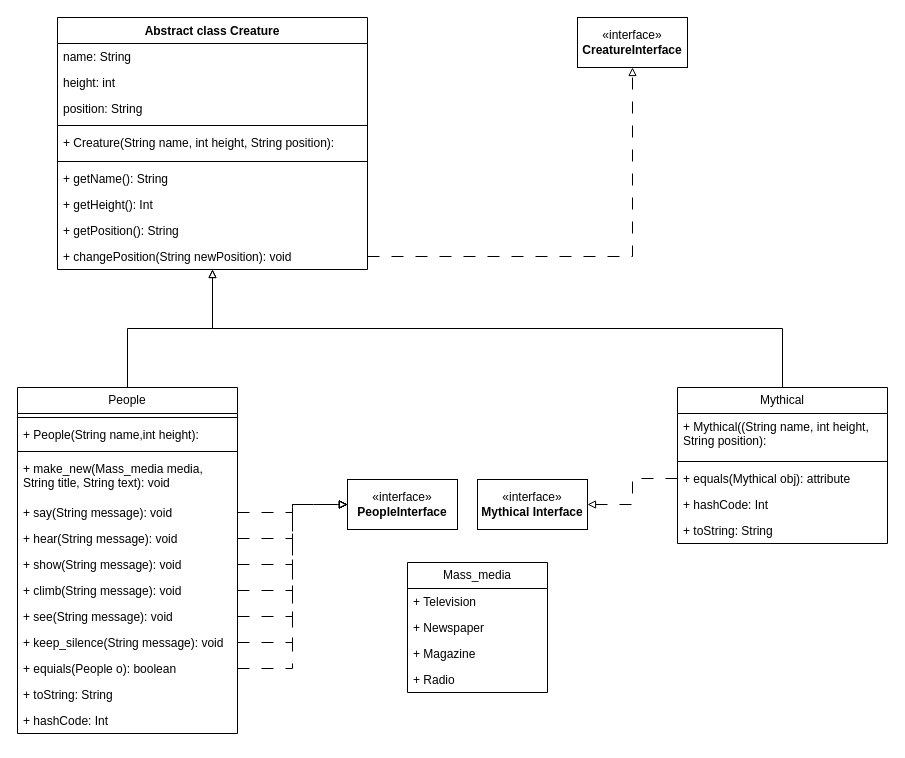
Before: Диаграмма без названия.drawio in hipeoplea/lab_3, a draw.io diagram. Source tidied: cells renumbered, new cells numbered last; positions are measured from the earlier drawing's top-left corner, leaving out a move shared by most shapes. Both pictures are drawn from the tidied source at 100%, with x=0, y=0 at pixel (17, 17).
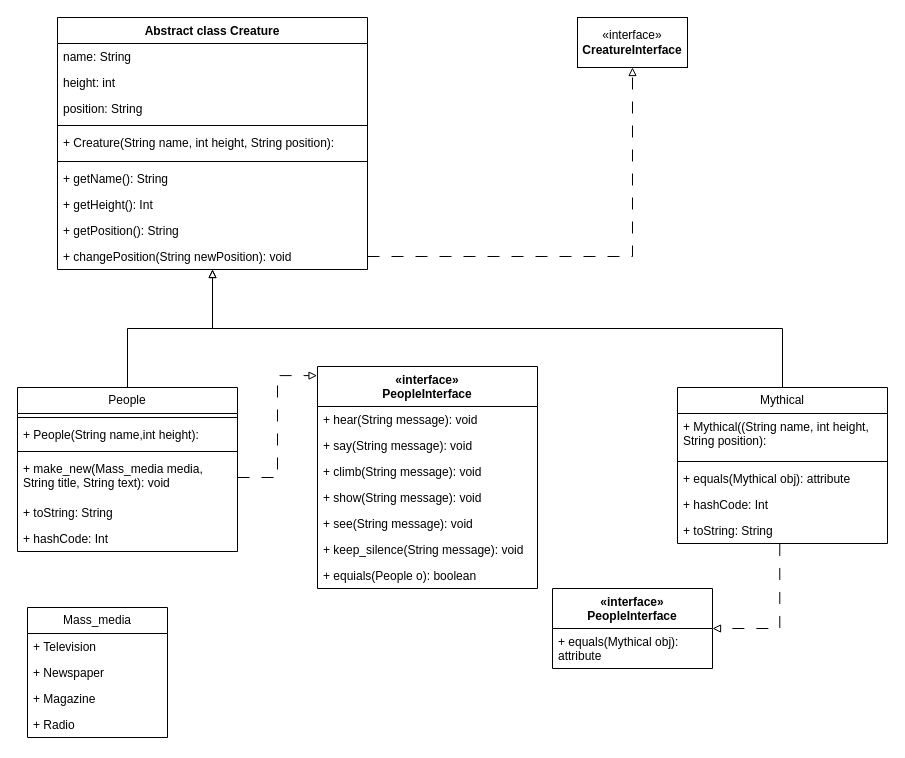
After the change.

Unchanged cells that the change refers to:
```xml
<mxCell id="18" value="+ make_new(Mass_media media, String title, String text): void" style="text;strokeColor=none;fillColor=none;align=left;verticalAlign=top;spacingLeft=4;spacingRight=4;overflow=hidden;points=[[0,0.5],[1,0.5]];portConstraint=eastwest;whiteSpace=wrap;html=1;" parent="14" vertex="1">
  <mxGeometry y="68" width="220" height="44" as="geometry" />
</mxCell>
<mxCell id="32" value="+ equals(Mythical obj): attribute" style="text;strokeColor=none;fillColor=none;align=left;verticalAlign=top;spacingLeft=4;spacingRight=4;overflow=hidden;points=[[0,0.5],[1,0.5]];portConstraint=eastwest;whiteSpace=wrap;html=1;" parent="29" vertex="1">
  <mxGeometry y="78" width="210" height="26" as="geometry" />
</mxCell>
<mxCell id="34" value="+ toString: String" style="text;strokeColor=none;fillColor=none;align=left;verticalAlign=top;spacingLeft=4;spacingRight=4;overflow=hidden;points=[[0,0.5],[1,0.5]];portConstraint=eastwest;whiteSpace=wrap;html=1;" parent="29" vertex="1">
  <mxGeometry y="130" width="210" height="26" as="geometry" />
</mxCell>
```

Change to the diagram source:
```diff
@@
     <mxCell id="14" value="People" style="swimlane;fontStyle=0;horizontal=1;startSize=26;fillColor=none;whiteSpace=wrap;html=1;" parent="1" vertex="1">
-      <mxGeometry y="370" width="220" height="346" as="geometry" />
+      <mxGeometry y="370" width="220" height="164" as="geometry" />
     </mxCell>
@@
-    <mxCell id="19" value="+ say(String message): void" style="text;strokeColor=none;fillColor=none;align=left;verticalAlign=top;spacingLeft=4;spacingRight=4;overflow=hidden;points=[[0,0.5],[1,0.5]];portConstraint=eastwest;whiteSpace=wrap;html=1;" parent="14" vertex="1">
-      <mxGeometry y="112" width="220" height="26" as="geometry" />
-    </mxCell>
-    <mxCell id="20" value="+&amp;nbsp;hear(String message): void" style="text;strokeColor=none;fillColor=none;align=left;verticalAlign=top;spacingLeft=4;spacingRight=4;overflow=hidden;points=[[0,0.5],[1,0.5]];portConstraint=eastwest;whiteSpace=wrap;html=1;" parent="14" vertex="1">
-      <mxGeometry y="138" width="220" height="26" as="geometry" />
-    </mxCell>
-    <mxCell id="21" value="+ show(String message): void" style="text;strokeColor=none;fillColor=none;align=left;verticalAlign=top;spacingLeft=4;spacingRight=4;overflow=hidden;points=[[0,0.5],[1,0.5]];portConstraint=eastwest;whiteSpace=wrap;html=1;" parent="14" vertex="1">
-      <mxGeometry y="164" width="220" height="26" as="geometry" />
-    </mxCell>
-    <mxCell id="22" value="+ climb(String message): void" style="text;strokeColor=none;fillColor=none;align=left;verticalAlign=top;spacingLeft=4;spacingRight=4;overflow=hidden;points=[[0,0.5],[1,0.5]];portConstraint=eastwest;whiteSpace=wrap;html=1;" parent="14" vertex="1">
-      <mxGeometry y="190" width="220" height="26" as="geometry" />
-    </mxCell>
-    <mxCell id="23" value="+ see(String message): void" style="text;strokeColor=none;fillColor=none;align=left;verticalAlign=top;spacingLeft=4;spacingRight=4;overflow=hidden;points=[[0,0.5],[1,0.5]];portConstraint=eastwest;whiteSpace=wrap;html=1;" parent="14" vertex="1">
-      <mxGeometry y="216" width="220" height="26" as="geometry" />
-    </mxCell>
-    <mxCell id="24" value="+ keep_silence(String message): void" style="text;strokeColor=none;fillColor=none;align=left;verticalAlign=top;spacingLeft=4;spacingRight=4;overflow=hidden;points=[[0,0.5],[1,0.5]];portConstraint=eastwest;whiteSpace=wrap;html=1;" parent="14" vertex="1">
-      <mxGeometry y="242" width="220" height="26" as="geometry" />
-    </mxCell>
-    <mxCell id="25" value="+ equials(People o): boolean" style="text;strokeColor=none;fillColor=none;align=left;verticalAlign=top;spacingLeft=4;spacingRight=4;overflow=hidden;points=[[0,0.5],[1,0.5]];portConstraint=eastwest;whiteSpace=wrap;html=1;" parent="14" vertex="1">
-      <mxGeometry y="268" width="220" height="26" as="geometry" />
-    </mxCell>
     <mxCell id="26" value="+ toString: String" style="text;strokeColor=none;fillColor=none;align=left;verticalAlign=top;spacingLeft=4;spacingRight=4;overflow=hidden;whiteSpace=wrap;html=1;" parent="14" vertex="1">
-      <mxGeometry y="294" width="220" height="26" as="geometry" />
+      <mxGeometry y="112" width="220" height="26" as="geometry" />
     </mxCell>
     <mxCell id="27" value="+ hashCode: Int" style="text;strokeColor=none;fillColor=none;align=left;verticalAlign=top;spacingLeft=4;spacingRight=4;overflow=hidden;whiteSpace=wrap;html=1;" parent="14" vertex="1">
-      <mxGeometry y="320" width="220" height="26" as="geometry" />
+      <mxGeometry y="138" width="220" height="26" as="geometry" />
     </mxCell>
@@
-    <mxCell id="37" value="«interface»&lt;br&gt;&lt;b&gt;PeopleInterface&lt;/b&gt;" style="html=1;whiteSpace=wrap;" parent="1" vertex="1">
-      <mxGeometry x="330" y="462" width="110" height="50" as="geometry" />
-    </mxCell>
-    <mxCell id="38" value="«interface»&lt;br&gt;&lt;b&gt;Mythical Interface&lt;/b&gt;" style="html=1;whiteSpace=wrap;" parent="1" vertex="1">
-      <mxGeometry x="460" y="462" width="110" height="50" as="geometry" />
-    </mxCell>
     <mxCell id="39" value="Mass_media" style="swimlane;fontStyle=0;horizontal=1;startSize=26;fillColor=none;whiteSpace=wrap;html=1;" parent="1" vertex="1">
-      <mxGeometry x="390" y="545" width="140" height="130" as="geometry" />
+      <mxGeometry x="10" y="590" width="140" height="130" as="geometry" />
     </mxCell>
@@
-    <mxCell id="44" style="edgeStyle=orthogonalEdgeStyle;rounded=0;jettySize=auto;html=1;entryX=0;entryY=0.5;entryDx=0;entryDy=0;dashed=1;endArrow=block;endFill=0;dashPattern=12 12;" parent="1" edge="1" source="19" target="37">
-      <mxGeometry relative="1" as="geometry" />
-    </mxCell>
-    <mxCell id="45" style="edgeStyle=orthogonalEdgeStyle;rounded=0;jettySize=auto;html=1;exitX=1;exitY=0.5;exitDx=0;exitDy=0;entryX=0;entryY=0.5;entryDx=0;entryDy=0;dashed=1;endArrow=block;endFill=0;dashPattern=12 12;" parent="1" edge="1" source="20" target="37">
-      <mxGeometry relative="1" as="geometry" />
-    </mxCell>
-    <mxCell id="46" style="edgeStyle=orthogonalEdgeStyle;rounded=0;jettySize=auto;html=1;exitX=1;exitY=0.5;exitDx=0;exitDy=0;entryX=0;entryY=0.5;entryDx=0;entryDy=0;dashed=1;endArrow=block;endFill=0;dashPattern=12 12;" parent="1" edge="1" source="21" target="37">
-      <mxGeometry relative="1" as="geometry" />
-    </mxCell>
-    <mxCell id="47" style="edgeStyle=orthogonalEdgeStyle;rounded=0;jettySize=auto;html=1;entryX=0;entryY=0.5;entryDx=0;entryDy=0;dashed=1;endArrow=block;endFill=0;dashPattern=12 12;" parent="1" edge="1" source="22" target="37">
-      <mxGeometry relative="1" as="geometry" />
-    </mxCell>
-    <mxCell id="48" style="edgeStyle=orthogonalEdgeStyle;rounded=0;jettySize=auto;html=1;entryX=0;entryY=0.5;entryDx=0;entryDy=0;dashed=1;endArrow=block;endFill=0;dashPattern=12 12;" parent="1" edge="1" source="23" target="37">
-      <mxGeometry relative="1" as="geometry" />
-    </mxCell>
-    <mxCell id="49" style="edgeStyle=orthogonalEdgeStyle;rounded=0;jettySize=auto;html=1;entryX=0;entryY=0.5;entryDx=0;entryDy=0;dashed=1;endArrow=block;endFill=0;dashPattern=12 12;" parent="1" edge="1" source="24" target="37">
-      <mxGeometry relative="1" as="geometry" />
-    </mxCell>
-    <mxCell id="50" style="edgeStyle=orthogonalEdgeStyle;rounded=0;jettySize=auto;html=1;entryX=0;entryY=0.5;entryDx=0;entryDy=0;dashed=1;endArrow=block;endFill=0;dashPattern=12 12;" parent="1" edge="1" source="25" target="37">
-      <mxGeometry relative="1" as="geometry" />
-    </mxCell>
-    <mxCell id="51" style="edgeStyle=orthogonalEdgeStyle;rounded=0;jettySize=auto;html=1;entryX=1;entryY=0.5;entryDx=0;entryDy=0;dashed=1;dashPattern=12 12;endArrow=block;endFill=0;" parent="1" edge="1" source="32" target="38">
+    <mxCell id="51" style="edgeStyle=orthogonalEdgeStyle;rounded=0;jettySize=auto;html=1;entryX=1;entryY=0.5;entryDx=0;entryDy=0;dashed=1;dashPattern=12 12;endArrow=block;endFill=0;exitX=0.487;exitY=1.017;exitDx=0;exitDy=0;exitPerimeter=0;" parent="1" edge="1" source="34" target="54">
       <mxGeometry relative="1" as="geometry" />
     </mxCell>
+    <mxCell id="52" value="«interface»&lt;br&gt;&lt;b&gt;PeopleInterface&lt;/b&gt;" style="swimlane;fontStyle=1;align=center;verticalAlign=top;horizontal=1;startSize=40;whiteSpace=wrap;html=1;" parent="1" vertex="1">
+      <mxGeometry x="300" y="349" width="220" height="222" as="geometry" />
+    </mxCell>
+    <mxCell id="20" value="+&amp;nbsp;hear(String message): void" style="text;strokeColor=none;fillColor=none;align=left;verticalAlign=top;spacingLeft=4;spacingRight=4;overflow=hidden;points=[[0,0.5],[1,0.5]];portConstraint=eastwest;whiteSpace=wrap;html=1;" parent="52" vertex="1">
+      <mxGeometry y="40" width="220" height="26" as="geometry" />
+    </mxCell>
+    <mxCell id="19" value="+ say(String message): void" style="text;strokeColor=none;fillColor=none;align=left;verticalAlign=top;spacingLeft=4;spacingRight=4;overflow=hidden;points=[[0,0.5],[1,0.5]];portConstraint=eastwest;whiteSpace=wrap;html=1;" parent="52" vertex="1">
+      <mxGeometry y="66" width="220" height="26" as="geometry" />
+    </mxCell>
+    <mxCell id="22" value="+ climb(String message): void" style="text;strokeColor=none;fillColor=none;align=left;verticalAlign=top;spacingLeft=4;spacingRight=4;overflow=hidden;points=[[0,0.5],[1,0.5]];portConstraint=eastwest;whiteSpace=wrap;html=1;" parent="52" vertex="1">
+      <mxGeometry y="92" width="220" height="26" as="geometry" />
+    </mxCell>
+    <mxCell id="21" value="+ show(String message): void" style="text;strokeColor=none;fillColor=none;align=left;verticalAlign=top;spacingLeft=4;spacingRight=4;overflow=hidden;points=[[0,0.5],[1,0.5]];portConstraint=eastwest;whiteSpace=wrap;html=1;" parent="52" vertex="1">
+      <mxGeometry y="118" width="220" height="26" as="geometry" />
+    </mxCell>
+    <mxCell id="23" value="+ see(String message): void" style="text;strokeColor=none;fillColor=none;align=left;verticalAlign=top;spacingLeft=4;spacingRight=4;overflow=hidden;points=[[0,0.5],[1,0.5]];portConstraint=eastwest;whiteSpace=wrap;html=1;" parent="52" vertex="1">
+      <mxGeometry y="144" width="220" height="26" as="geometry" />
+    </mxCell>
+    <mxCell id="24" value="+ keep_silence(String message): void" style="text;strokeColor=none;fillColor=none;align=left;verticalAlign=top;spacingLeft=4;spacingRight=4;overflow=hidden;points=[[0,0.5],[1,0.5]];portConstraint=eastwest;whiteSpace=wrap;html=1;" parent="52" vertex="1">
+      <mxGeometry y="170" width="220" height="26" as="geometry" />
+    </mxCell>
+    <mxCell id="25" value="+ equials(People o): boolean" style="text;strokeColor=none;fillColor=none;align=left;verticalAlign=top;spacingLeft=4;spacingRight=4;overflow=hidden;points=[[0,0.5],[1,0.5]];portConstraint=eastwest;whiteSpace=wrap;html=1;" parent="52" vertex="1">
+      <mxGeometry y="196" width="220" height="26" as="geometry" />
+    </mxCell>
+    <mxCell id="53" style="edgeStyle=orthogonalEdgeStyle;rounded=0;jettySize=auto;html=1;entryX=-0.002;entryY=0.041;entryDx=0;entryDy=0;entryPerimeter=0;endArrow=block;endFill=0;dashed=1;dashPattern=12 12;" parent="1" edge="1" source="18" target="52">
+      <mxGeometry relative="1" as="geometry" />
+    </mxCell>
+    <mxCell id="54" value="«interface»&lt;br&gt;&lt;b&gt;PeopleInterface&lt;/b&gt;" style="swimlane;fontStyle=1;align=center;verticalAlign=top;horizontal=1;startSize=40;whiteSpace=wrap;html=1;" parent="1" vertex="1">
+      <mxGeometry x="535" y="571" width="160" height="80" as="geometry" />
+    </mxCell>
+    <mxCell id="55" value="+ equals(Mythical obj): attribute" style="text;strokeColor=none;fillColor=none;align=left;verticalAlign=top;spacingLeft=4;spacingRight=4;overflow=hidden;whiteSpace=wrap;html=1;" parent="54" vertex="1">
+      <mxGeometry y="40" width="160" height="40" as="geometry" />
+    </mxCell>
```
